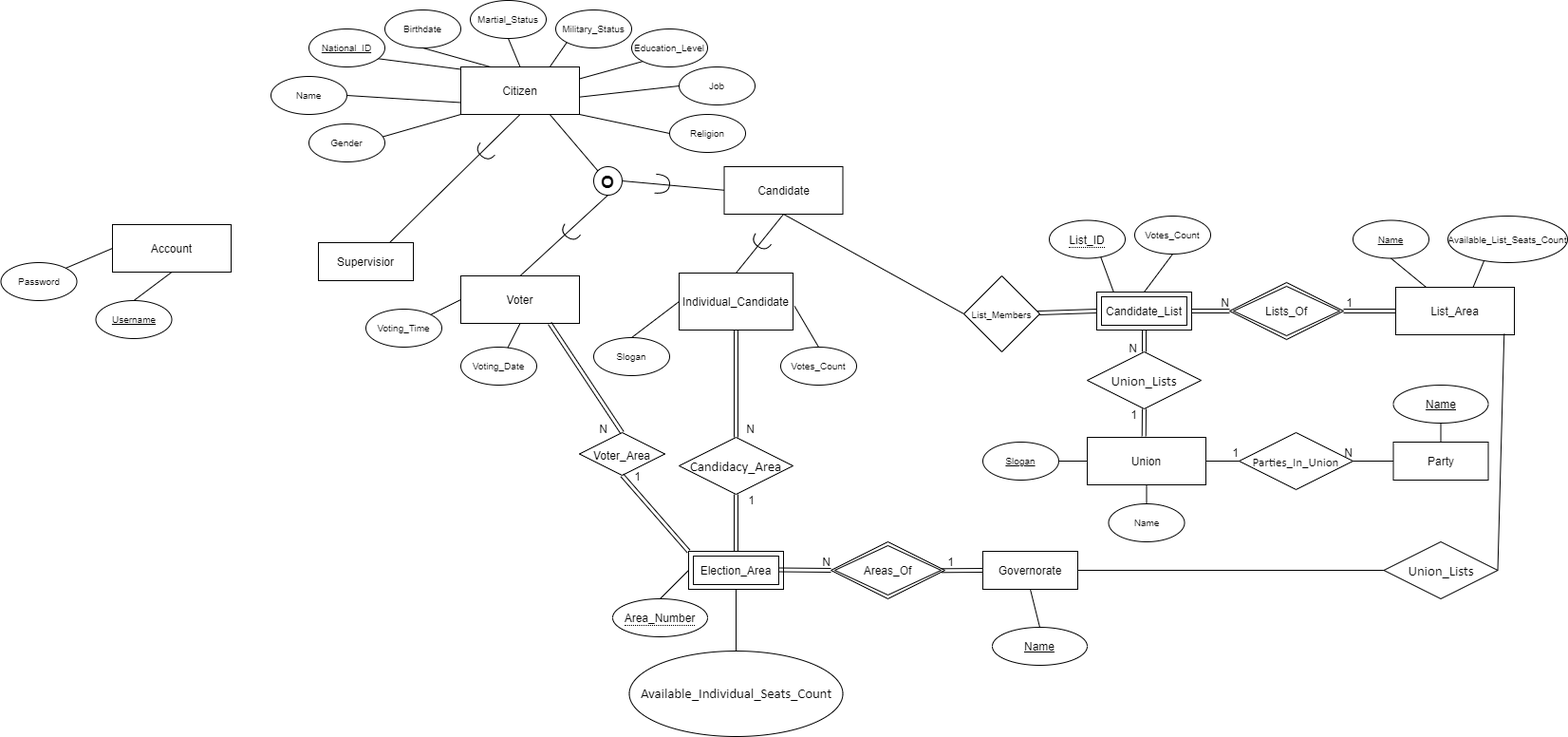
Before: ERD.png, a diagram exported from draw.io (ziad-khobeiz/e-voting-system). Source tidied: cells renumbered, new cells last; positions are measured from the earlier drawing's top-left corner, leaving out a move shared by most shapes.
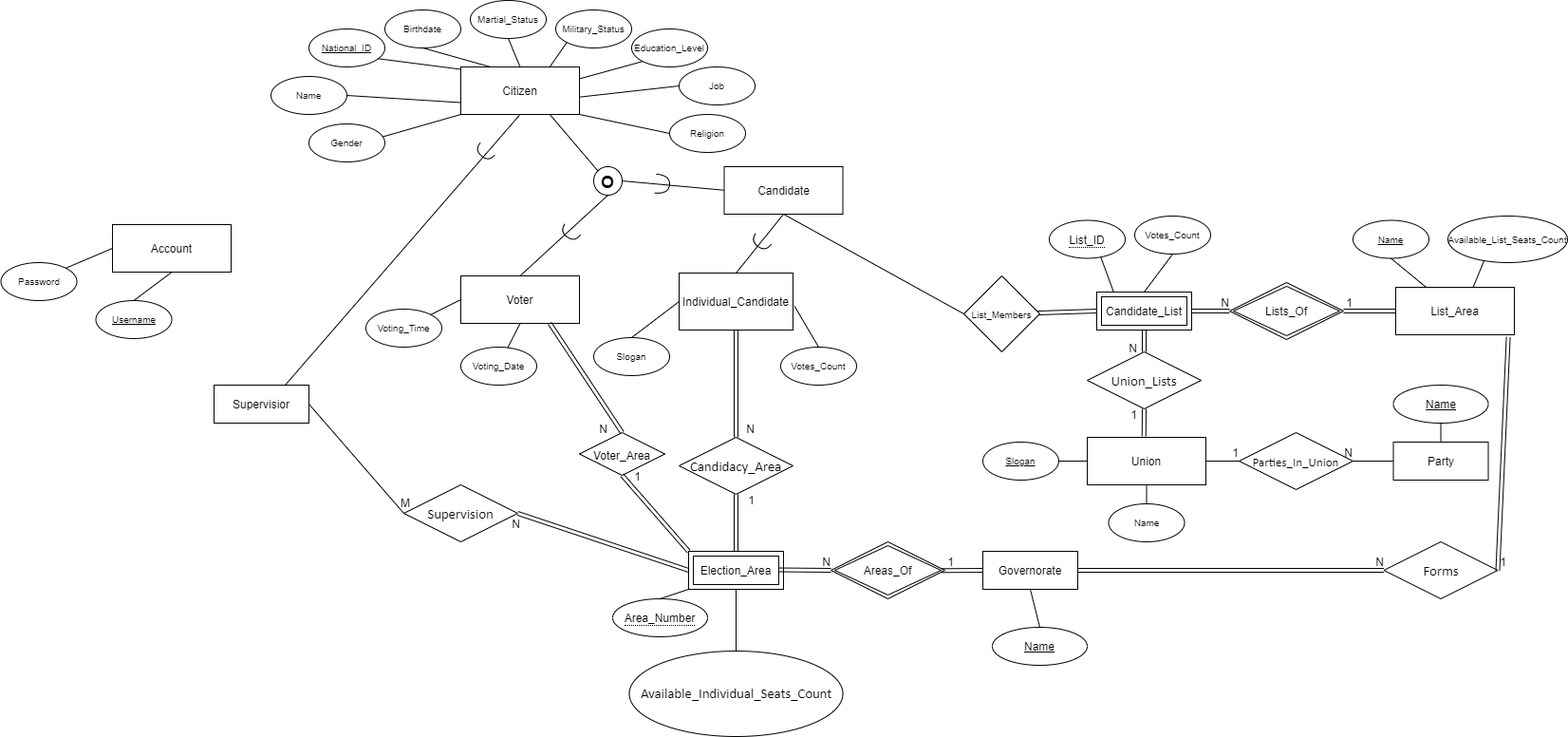
After the commit.

Change to the diagram source:
```diff
@@ -189,10 +189,8 @@
     <mxCell id="60" value="&lt;span style=&quot;border-bottom: 1px dotted&quot;&gt;Area_Number&lt;/span&gt;" style="ellipse;whiteSpace=wrap;html=1;align=center;strokeColor=#000000;gradientColor=none;" parent="1" vertex="1">
       <mxGeometry x="644" y="630" width="100" height="40" as="geometry" />
     </mxCell>
-    <mxCell id="61" style="endArrow=none;html=1;rounded=0;exitX=0.5;exitY=0;exitDx=0;exitDy=0;" parent="1" edge="1" source="60">
-      <mxGeometry relative="1" as="geometry">
-        <mxPoint x="724" y="600" as="targetPoint" />
-      </mxGeometry>
+    <mxCell id="61" style="endArrow=none;html=1;rounded=0;exitX=0.5;exitY=0;exitDx=0;exitDy=0;entryX=0;entryY=1;entryDx=0;entryDy=0;" parent="1" edge="1" source="60" target="55">
+      <mxGeometry relative="1" as="geometry" />
     </mxCell>
     <mxCell id="62" value="&lt;span class=&quot;jlqj4b&quot;&gt;&lt;span lang=&quot;EN&quot; style=&quot;font-size: 11.0pt ; line-height: 107% ; font-family: &amp;#34;calibri&amp;#34; , sans-serif&quot;&gt;Available_Individual_Seats_Count&lt;/span&gt;&lt;/span&gt;" style="ellipse;whiteSpace=wrap;html=1;align=center;strokeColor=#000000;gradientColor=none;" parent="1" vertex="1">
       <mxGeometry x="661.5" y="685" width="225" height="90" as="geometry" />
@@ -210,7 +208,7 @@
       <mxGeometry relative="1" as="geometry" />
     </mxCell>
     <mxCell id="67" value="Supervisior" style="whiteSpace=wrap;html=1;align=center;strokeColor=#000000;gradientColor=none;" parent="1" vertex="1">
-      <mxGeometry x="334" y="255" width="100" height="40" as="geometry" />
+      <mxGeometry x="224" y="405" width="100" height="40" as="geometry" />
     </mxCell>
     <mxCell id="68" value="Name" style="ellipse;whiteSpace=wrap;html=1;align=center;fontStyle=4;strokeColor=#000000;gradientColor=none;" parent="1" vertex="1">
       <mxGeometry x="1044" y="660" width="100" height="40" as="geometry" />
@@ -353,16 +351,41 @@
     <mxCell id="106" style="shape=requiredInterface;html=1;verticalLabelPosition=bottom;strokeColor=#000000;gradientColor=none;rotation=125;" parent="1" vertex="1">
       <mxGeometry x="795" y="245" width="10" height="20" as="geometry" />
     </mxCell>
-    <mxCell id="107" style="endArrow=none;html=1;entryX=0.914;entryY=0.98;entryDx=0;entryDy=0;entryPerimeter=0;exitX=1;exitY=0.5;exitDx=0;exitDy=0;" parent="1" edge="1" source="109" target="40">
-      <mxGeometry relative="1" as="geometry" />
-    </mxCell>
-    <mxCell id="108" style="endArrow=none;html=1;exitX=1;exitY=0.5;exitDx=0;exitDy=0;" parent="1" edge="1" source="57">
-      <mxGeometry relative="1" as="geometry">
-        <mxPoint x="1464" y="600" as="targetPoint" />
-      </mxGeometry>
-    </mxCell>
-    <mxCell id="109" value="&lt;span style=&quot;font-size: 11.0pt ; line-height: 107% ; font-family: &amp;#34;calibri&amp;#34; , sans-serif&quot;&gt;Union_Lists&lt;/span&gt;" style="shape=rhombus;perimeter=rhombusPerimeter;whiteSpace=wrap;html=1;align=center;strokeColor=#000000;gradientColor=none;fontSize=14;" parent="1" vertex="1">
+    <mxCell id="109" value="&lt;span style=&quot;font-size: 11.0pt ; line-height: 107% ; font-family: &amp;#34;calibri&amp;#34; , sans-serif&quot;&gt;Forms&lt;/span&gt;" style="shape=rhombus;perimeter=rhombusPerimeter;whiteSpace=wrap;html=1;align=center;strokeColor=#000000;gradientColor=none;fontSize=14;" parent="1" vertex="1">
       <mxGeometry x="1456.5" y="570" width="120" height="60" as="geometry" />
     </mxCell>
+    <mxCell id="110" style="shape=link;html=1;rounded=0;entryX=1;entryY=0.5;entryDx=0;entryDy=0;exitX=0.949;exitY=1.047;exitDx=0;exitDy=0;exitPerimeter=0;" parent="1" edge="1" source="40" target="109">
+      <mxGeometry relative="1" as="geometry" />
+    </mxCell>
+    <mxCell id="111" value="1" style="html=1;align=right;verticalAlign=bottom;" parent="110" vertex="1">
+      <mxGeometry x="1" relative="1" as="geometry">
+        <mxPoint x="10" as="offset" />
+      </mxGeometry>
+    </mxCell>
+    <mxCell id="112" style="shape=link;html=1;rounded=0;entryX=0;entryY=0.5;entryDx=0;entryDy=0;exitX=1;exitY=0.5;exitDx=0;exitDy=0;" parent="1" edge="1" source="57" target="109">
+      <mxGeometry relative="1" as="geometry" />
+    </mxCell>
+    <mxCell id="113" value="N" style="html=1;align=right;verticalAlign=bottom;" parent="112" vertex="1">
+      <mxGeometry x="1" relative="1" as="geometry" />
+    </mxCell>
+    <mxCell id="114" value="&lt;span style=&quot;font-size: 11.0pt ; line-height: 107% ; font-family: &amp;#34;calibri&amp;#34; , sans-serif&quot;&gt;Supervision&lt;/span&gt;" style="shape=rhombus;perimeter=rhombusPerimeter;whiteSpace=wrap;html=1;align=center;strokeColor=#000000;gradientColor=none;fontSize=18;" parent="1" vertex="1">
+      <mxGeometry x="424" y="510" width="120" height="60" as="geometry" />
+    </mxCell>
+    <mxCell id="115" style="shape=link;html=1;rounded=0;fontSize=14;exitX=0;exitY=0.5;exitDx=0;exitDy=0;entryX=1;entryY=0.5;entryDx=0;entryDy=0;" parent="1" edge="1" source="55" target="114">
+      <mxGeometry relative="1" as="geometry" />
+    </mxCell>
+    <mxCell id="116" value="N" style="html=1;align=right;verticalAlign=bottom;" parent="115" vertex="1">
+      <mxGeometry x="1" relative="1" as="geometry">
+        <mxPoint x="2.8" y="20.1" as="offset" />
+      </mxGeometry>
+    </mxCell>
+    <mxCell id="117" style="endArrow=none;html=1;exitX=0;exitY=0.5;exitDx=0;exitDy=0;entryX=1;entryY=0.5;entryDx=0;entryDy=0;" parent="1" edge="1" source="114" target="67">
+      <mxGeometry relative="1" as="geometry" />
+    </mxCell>
+    <mxCell id="118" value="M" style="html=1;align=right;verticalAlign=bottom;" parent="1" vertex="1">
+      <mxGeometry x="564" y="580" as="geometry">
+        <mxPoint x="-133" y="-42" as="offset" />
+      </mxGeometry>
+    </mxCell>
   </root>
 </mxGraphModel>
```
